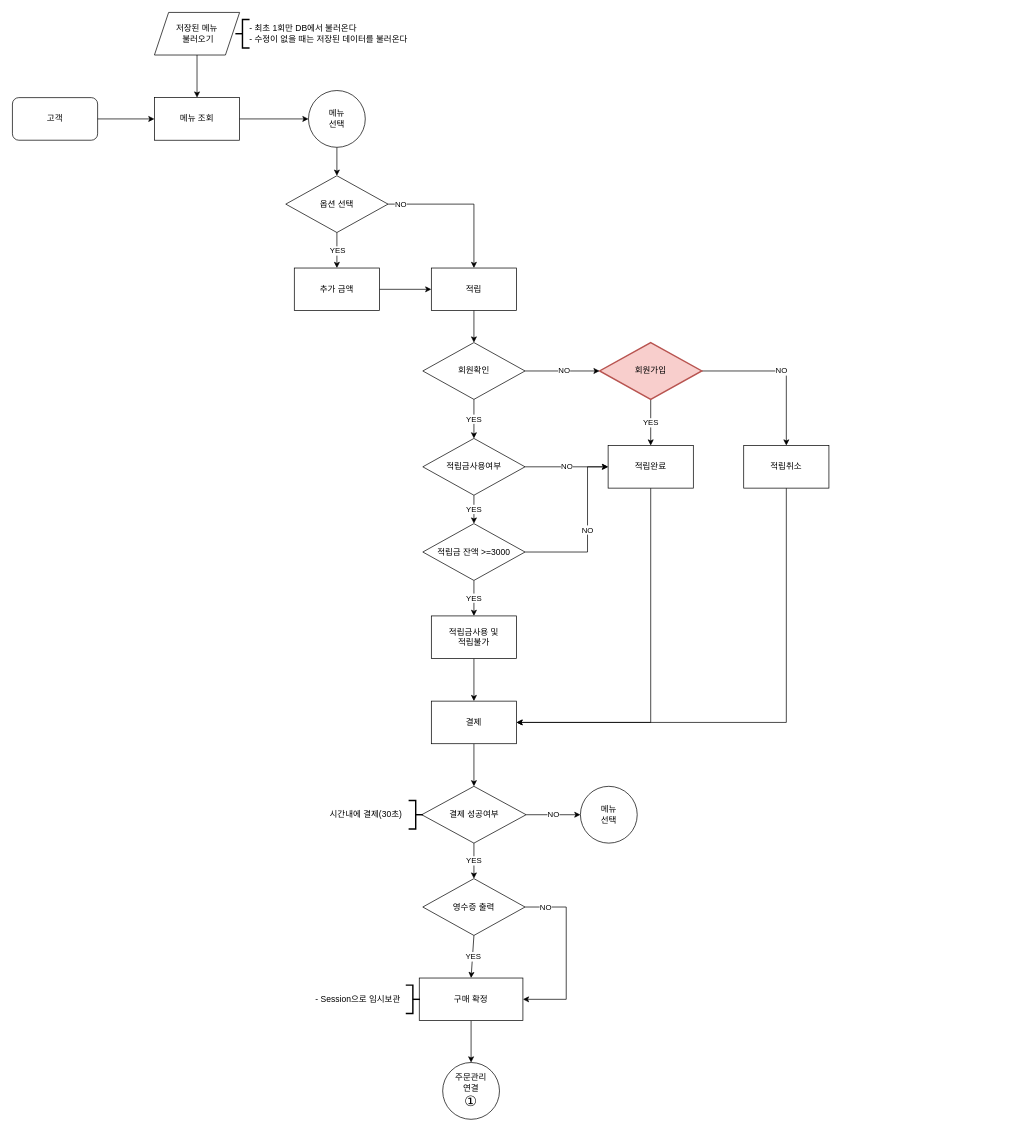
The draw.io diagram page "고객(최종)" (2 of 7) of design/kioskClass.drawio in JinSolKwon/cafeKiosk, before the edit. Source tidied: cells renumbered, new cells numbered last; positions are measured from the earlier drawing's top-left corner, leaving out a move shared by most shapes. Both pictures are drawn from the tidied source at 71%, with x=0, y=0 at pixel (12, 12).
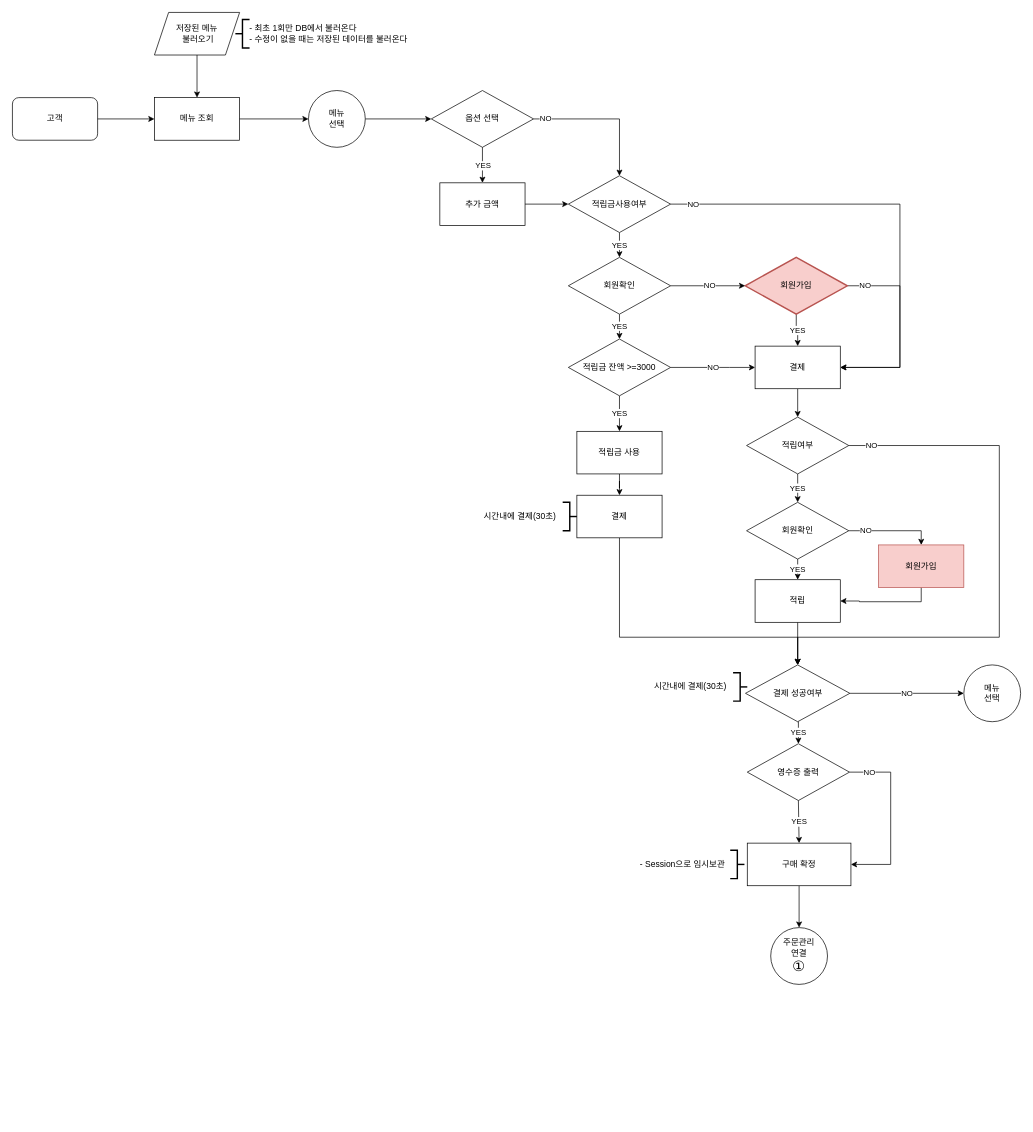
The same page after the edit.

The change refers to these unchanged cells:
```xml
<mxCell id="50" value="메뉴&lt;br&gt;선택" style="ellipse;whiteSpace=wrap;html=1;" parent="1" vertex="1">
  <mxGeometry x="417" y="110" width="80" height="80" as="geometry" />
</mxCell>
```

What changed in the source:
```diff
@@
-<mxGraphModel>
+<mxGraphModel background="#ffffff">
@@
-    <mxCell id="5" value="NO" style="edgeStyle=orthogonalEdgeStyle;rounded=0;jettySize=auto;html=1;exitX=1;exitY=0.5;exitDx=0;exitDy=0;entryX=0.5;entryY=0;entryDx=0;entryDy=0;" parent="1" edge="1" source="6" target="41">
+    <mxCell id="5" value="NO" style="edgeStyle=orthogonalEdgeStyle;rounded=0;jettySize=auto;html=1;exitX=1;exitY=0.5;exitDx=0;exitDy=0;entryX=0.5;entryY=0;entryDx=0;entryDy=0;" parent="1" edge="1" source="6" target="37">
       <mxGeometry x="-0.83" relative="1" as="geometry" />
     </mxCell>
     <mxCell id="6" value="옵션 선택" style="rhombus;whiteSpace=wrap;html=1;" parent="1" vertex="1">
-      <mxGeometry x="385" y="230" width="144" height="80" as="geometry" />
+      <mxGeometry x="590" y="110" width="144" height="80" as="geometry" />
     </mxCell>
@@
-    <mxCell id="9" style="edgeStyle=orthogonalEdgeStyle;rounded=0;jettySize=auto;html=1;exitX=1;exitY=0.5;exitDx=0;exitDy=0;entryX=0;entryY=0.5;entryDx=0;entryDy=0;" parent="1" edge="1" source="10" target="41">
+    <mxCell id="9" style="edgeStyle=orthogonalEdgeStyle;rounded=0;jettySize=auto;html=1;exitX=1;exitY=0.5;exitDx=0;exitDy=0;entryX=0;entryY=0.5;entryDx=0;entryDy=0;" parent="1" edge="1" source="10" target="37">
       <mxGeometry relative="1" as="geometry" />
     </mxCell>
     <mxCell id="10" value="추가 금액" style="rounded=0;whiteSpace=wrap;html=1;" parent="1" vertex="1">
-      <mxGeometry x="397" y="360" width="120" height="60" as="geometry" />
+      <mxGeometry x="602" y="240" width="120" height="60" as="geometry" />
     </mxCell>
-    <mxCell id="11" style="edgeStyle=orthogonalEdgeStyle;rounded=0;jettySize=auto;html=1;startSize=6;endSize=6;strokeWidth=1;" parent="1" edge="1" source="12" target="27">
-      <mxGeometry relative="1" as="geometry" />
-    </mxCell>
-    <mxCell id="12" value="결제" style="rounded=0;whiteSpace=wrap;html=1;" parent="1" vertex="1">
-      <mxGeometry x="590" y="970" width="120" height="60" as="geometry" />
-    </mxCell>
@@
-    <mxCell id="15" style="endArrow=classic;html=1;entryX=0.5;entryY=0;entryDx=0;entryDy=0;exitX=0.5;exitY=1;exitDx=0;exitDy=0;" parent="1" edge="1" source="50" target="6">
+    <mxCell id="15" style="endArrow=classic;html=1;entryX=0;entryY=0.5;entryDx=0;entryDy=0;exitX=1;exitY=0.5;exitDx=0;exitDy=0;" parent="1" edge="1" source="50" target="6">
       <mxGeometry relative="1" as="geometry" />
     </mxCell>
@@
     <mxCell id="17" value="NO" style="edgeStyle=orthogonalEdgeStyle;rounded=0;jettySize=auto;html=1;exitX=1;exitY=0.5;exitDx=0;exitDy=0;entryX=1;entryY=0.5;entryDx=0;entryDy=0;startSize=6;endSize=6;strokeWidth=1;" parent="1" edge="1" source="18" target="22">
       <mxGeometry x="-0.77" relative="1" as="geometry">
         <Array as="points">
-          <mxPoint x="780" y="1260" />
-          <mxPoint x="780" y="1390" />
+          <mxPoint x="1237" y="1070" />
+          <mxPoint x="1237" y="1200" />
         </Array>
       </mxGeometry>
     </mxCell>
     <mxCell id="18" value="영수증 출력" style="rhombus;whiteSpace=wrap;html=1;" parent="1" vertex="1">
-      <mxGeometry x="578" y="1220" width="144" height="80" as="geometry" />
+      <mxGeometry x="1035" y="1030" width="144" height="80" as="geometry" />
     </mxCell>
@@
     <mxCell id="22" value="구매 확정" style="rounded=0;whiteSpace=wrap;html=1;" parent="1" vertex="1">
-      <mxGeometry x="573" y="1360" width="146" height="60" as="geometry" />
+      <mxGeometry x="1035" y="1170" width="146" height="60" as="geometry" />
     </mxCell>
     <mxCell id="23" value="주문관리&lt;br&gt;연결&lt;br&gt;&lt;span style=&quot;font-size: 20px&quot;&gt;①&lt;/span&gt;" style="ellipse;whiteSpace=wrap;html=1;" parent="1" vertex="1">
-      <mxGeometry x="606" y="1479" width="80" height="80" as="geometry" />
+      <mxGeometry x="1068" y="1289" width="80" height="80" as="geometry" />
     </mxCell>
     <mxCell id="24" value="- Session으로 임시보관" style="text;html=1;strokeColor=none;fillColor=none;align=center;verticalAlign=middle;whiteSpace=wrap;rounded=0;fontStyle=0;" parent="1" vertex="1">
-      <mxGeometry x="420" y="1380" width="134" height="20" as="geometry" />
+      <mxGeometry x="877" y="1190" width="134" height="20" as="geometry" />
     </mxCell>
@@
     <mxCell id="26" value="NO" style="edgeStyle=orthogonalEdgeStyle;rounded=0;jettySize=auto;html=1;startSize=6;endSize=6;strokeWidth=1;" parent="1" edge="1" source="27" target="51">
-      <mxGeometry relative="1" as="geometry" />
+      <mxGeometry relative="1" as="geometry">
+        <Array as="points">
+          <mxPoint x="1380" y="959" />
+          <mxPoint x="1380" y="959" />
+        </Array>
+      </mxGeometry>
     </mxCell>
     <mxCell id="27" value="결제 성공여부" style="rhombus;whiteSpace=wrap;html=1;rounded=0;" parent="1" vertex="1">
-      <mxGeometry x="576.5" y="1090" width="147" height="80" as="geometry" />
+      <mxGeometry x="1032.5" y="919" width="147" height="80" as="geometry" />
     </mxCell>
     <mxCell id="28" style="strokeWidth=2;html=1;shape=mxgraph.flowchart.annotation_2;align=left;labelPosition=right;rotation=-180;" parent="1" vertex="1">
-      <mxGeometry x="558" y="1110" width="20" height="40" as="geometry" />
+      <mxGeometry x="1015" y="930" width="20" height="40" as="geometry" />
     </mxCell>
     <mxCell id="29" value="시간내에 결제(30초)" style="text;html=1;strokeColor=none;fillColor=none;align=center;verticalAlign=middle;whiteSpace=wrap;rounded=0;" parent="1" vertex="1">
-      <mxGeometry x="438" y="1120" width="120" height="20" as="geometry" />
+      <mxGeometry x="895" y="940" width="120" height="20" as="geometry" />
     </mxCell>
@@
     <mxCell id="32" style="strokeWidth=2;html=1;shape=mxgraph.flowchart.annotation_2;align=left;labelPosition=right;rotation=-180;" parent="1" vertex="1">
-      <mxGeometry x="554" y="1370" width="20" height="40" as="geometry" />
+      <mxGeometry x="1011" y="1180" width="20" height="40" as="geometry" />
     </mxCell>
-    <mxCell id="33" style="edgeStyle=orthogonalEdgeStyle;rounded=0;jettySize=auto;html=1;" parent="1" edge="1" source="34" target="12">
+    <mxCell id="33" style="edgeStyle=orthogonalEdgeStyle;rounded=0;jettySize=auto;html=1;entryX=0.5;entryY=0;entryDx=0;entryDy=0;" parent="1" edge="1" source="34" target="12">
       <mxGeometry relative="1" as="geometry" />
     </mxCell>
-    <mxCell id="34" value="적립금사용 및&lt;br&gt;적립불가" style="rounded=0;whiteSpace=wrap;html=1;" parent="1" vertex="1">
-      <mxGeometry x="590" y="850" width="120" height="60" as="geometry" />
+    <mxCell id="34" value="적립금 사용" style="rounded=0;whiteSpace=wrap;html=1;" parent="1" vertex="1">
+      <mxGeometry x="795" y="590" width="120" height="60" as="geometry" />
     </mxCell>
-    <mxCell id="35" value="NO" style="edgeStyle=orthogonalEdgeStyle;rounded=0;jettySize=auto;html=1;exitX=1;exitY=0.5;exitDx=0;exitDy=0;entryX=0;entryY=0.5;entryDx=0;entryDy=0;strokeWidth=1;" parent="1" edge="1" source="37" target="46">
-      <mxGeometry relative="1" as="geometry" />
-    </mxCell>
-    <mxCell id="36" value="YES" style="edgeStyle=orthogonalEdgeStyle;rounded=0;jettySize=auto;html=1;" parent="1" edge="1" source="37" target="54">
-      <mxGeometry relative="1" as="geometry" />
-    </mxCell>
-    <mxCell id="37" value="적립금사용여부" style="rhombus;whiteSpace=wrap;html=1;" parent="1" vertex="1">
-      <mxGeometry x="578" y="600" width="144" height="80" as="geometry" />
-    </mxCell>
@@
-    <mxCell id="39" value="NO" style="edgeStyle=orthogonalEdgeStyle;rounded=0;jettySize=auto;html=1;entryX=0.5;entryY=0;entryDx=0;entryDy=0;strokeWidth=1;" parent="1" edge="1" source="40" target="48">
-      <mxGeometry relative="1" as="geometry" />
+    <mxCell id="39" value="NO" style="edgeStyle=orthogonalEdgeStyle;rounded=0;jettySize=auto;html=1;strokeWidth=1;entryX=1;entryY=0.5;entryDx=0;entryDy=0;" parent="1" edge="1" source="40" target="46">
+      <mxGeometry x="-0.82" relative="1" as="geometry">
+        <Array as="points">
+          <mxPoint x="1250" y="385" />
+          <mxPoint x="1250" y="500" />
+        </Array>
+      </mxGeometry>
     </mxCell>
     <mxCell id="40" value="회원가입" style="rhombus;whiteSpace=wrap;html=1;fillColor=#f8cecc;strokeColor=#b85450;strokeWidth=2;" parent="1" vertex="1">
-      <mxGeometry x="827" y="465" width="144" height="80" as="geometry" />
+      <mxGeometry x="1032" y="345" width="144" height="80" as="geometry" />
     </mxCell>
-    <mxCell id="41" value="적립" style="rounded=0;whiteSpace=wrap;html=1;" parent="1" vertex="1">
-      <mxGeometry x="590" y="360" width="120" height="60" as="geometry" />
-    </mxCell>
-    <mxCell id="42" value="YES" style="edgeStyle=orthogonalEdgeStyle;rounded=0;jettySize=auto;html=1;strokeWidth=1;" parent="1" edge="1" source="44" target="37">
+    <mxCell id="42" value="YES" style="edgeStyle=orthogonalEdgeStyle;rounded=0;jettySize=auto;html=1;strokeWidth=1;entryX=0.5;entryY=0;entryDx=0;entryDy=0;" parent="1" edge="1" source="44" target="54">
       <mxGeometry relative="1" as="geometry" />
     </mxCell>
@@
     <mxCell id="44" value="회원확인" style="rhombus;whiteSpace=wrap;html=1;" parent="1" vertex="1">
-      <mxGeometry x="578" y="465" width="144" height="80" as="geometry" />
+      <mxGeometry x="783" y="345" width="144" height="80" as="geometry" />
     </mxCell>
-    <mxCell id="45" style="edgeStyle=orthogonalEdgeStyle;rounded=0;jettySize=auto;html=1;exitX=0.5;exitY=1;exitDx=0;exitDy=0;entryX=1;entryY=0.5;entryDx=0;entryDy=0;strokeWidth=1;" parent="1" edge="1" source="46" target="12">
-      <mxGeometry relative="1" as="geometry" />
-    </mxCell>
-    <mxCell id="46" value="적립완료" style="rounded=0;whiteSpace=wrap;html=1;" parent="1" vertex="1">
-      <mxGeometry x="839" y="610" width="120" height="60" as="geometry" />
-    </mxCell>
-    <mxCell id="47" style="edgeStyle=orthogonalEdgeStyle;rounded=0;jettySize=auto;html=1;exitX=0.5;exitY=1;exitDx=0;exitDy=0;entryX=1;entryY=0.5;entryDx=0;entryDy=0;strokeWidth=1;" parent="1" edge="1" source="48" target="12">
-      <mxGeometry relative="1" as="geometry" />
-    </mxCell>
-    <mxCell id="48" value="적립취소" style="rounded=0;whiteSpace=wrap;html=1;" parent="1" vertex="1">
-      <mxGeometry x="1030" y="610" width="120" height="60" as="geometry" />
-    </mxCell>
-    <mxCell id="49" style="edgeStyle=orthogonalEdgeStyle;rounded=0;jettySize=auto;html=1;exitX=0.5;exitY=1;exitDx=0;exitDy=0;entryX=0.5;entryY=0;entryDx=0;entryDy=0;" parent="1" edge="1" source="41" target="44">
+    <mxCell id="49" value="YES" style="edgeStyle=orthogonalEdgeStyle;rounded=0;jettySize=auto;html=1;exitX=0.5;exitY=1;exitDx=0;exitDy=0;entryX=0.5;entryY=0;entryDx=0;entryDy=0;" parent="1" edge="1" source="37" target="44">
       <mxGeometry relative="1" as="geometry" />
     </mxCell>
@@
     <mxCell id="51" value="메뉴&lt;br&gt;선택" style="ellipse;whiteSpace=wrap;html=1;" parent="1" vertex="1">
-      <mxGeometry x="800" y="1090" width="80" height="80" as="geometry" />
+      <mxGeometry x="1340" y="919" width="80" height="80" as="geometry" />
     </mxCell>
@@
     <mxCell id="53" value="NO" style="edgeStyle=orthogonalEdgeStyle;rounded=0;jettySize=auto;html=1;exitX=1;exitY=0.5;exitDx=0;exitDy=0;entryX=0;entryY=0.5;entryDx=0;entryDy=0;" parent="1" edge="1" source="54" target="46">
       <mxGeometry relative="1" as="geometry">
         <Array as="points">
-          <mxPoint x="810" y="760" />
-          <mxPoint x="810" y="640" />
+          <mxPoint x="1010" y="500" />
+          <mxPoint x="1010" y="500" />
         </Array>
       </mxGeometry>
     </mxCell>
     <mxCell id="54" value="적립금 잔액 &amp;gt;=3000" style="rhombus;whiteSpace=wrap;html=1;" parent="1" vertex="1">
-      <mxGeometry x="578" y="720" width="144" height="80" as="geometry" />
+      <mxGeometry x="783" y="460" width="144" height="80" as="geometry" />
     </mxCell>
+    <mxCell id="55" style="edgeStyle=orthogonalEdgeStyle;rounded=0;jettySize=auto;html=1;entryX=0.5;entryY=0;entryDx=0;entryDy=0;" parent="1" edge="1" source="46" target="60">
+      <mxGeometry relative="1" as="geometry" />
+    </mxCell>
+    <mxCell id="46" value="결제" style="rounded=0;whiteSpace=wrap;html=1;" parent="1" vertex="1">
+      <mxGeometry x="1046" y="470" width="120" height="60" as="geometry" />
+    </mxCell>
+    <mxCell id="35" value="NO" style="edgeStyle=orthogonalEdgeStyle;rounded=0;jettySize=auto;html=1;exitX=1;exitY=0.5;exitDx=0;exitDy=0;entryX=1;entryY=0.5;entryDx=0;entryDy=0;" parent="1" edge="1" source="37" target="46">
+      <mxGeometry x="-0.9" relative="1" as="geometry">
+        <Array as="points">
+          <mxPoint x="1250" y="270" />
+          <mxPoint x="1250" y="500" />
+        </Array>
+      </mxGeometry>
+    </mxCell>
+    <mxCell id="37" value="적립금사용여부" style="rhombus;whiteSpace=wrap;html=1;" parent="1" vertex="1">
+      <mxGeometry x="783" y="230" width="144" height="80" as="geometry" />
+    </mxCell>
+    <mxCell id="11" style="edgeStyle=orthogonalEdgeStyle;rounded=0;jettySize=auto;html=1;exitX=0.5;exitY=1;exitDx=0;exitDy=0;entryX=0.5;entryY=0;entryDx=0;entryDy=0;" parent="1" edge="1" source="12" target="27">
+      <mxGeometry relative="1" as="geometry">
+        <Array as="points">
+          <mxPoint x="855" y="880" />
+          <mxPoint x="1106" y="880" />
+        </Array>
+      </mxGeometry>
+    </mxCell>
+    <mxCell id="12" value="결제" style="rounded=0;whiteSpace=wrap;html=1;" parent="1" vertex="1">
+      <mxGeometry x="795" y="680" width="120" height="60" as="geometry" />
+    </mxCell>
+    <mxCell id="56" style="strokeWidth=2;html=1;shape=mxgraph.flowchart.annotation_2;align=left;labelPosition=right;rotation=-180;" parent="1" vertex="1">
+      <mxGeometry x="775" y="690" width="20" height="40" as="geometry" />
+    </mxCell>
+    <mxCell id="57" value="시간내에 결제(30초)" style="text;html=1;strokeColor=none;fillColor=none;align=center;verticalAlign=middle;whiteSpace=wrap;rounded=0;" parent="1" vertex="1">
+      <mxGeometry x="655" y="700" width="120" height="20" as="geometry" />
+    </mxCell>
+    <mxCell id="58" value="YES" style="edgeStyle=orthogonalEdgeStyle;rounded=0;jettySize=auto;html=1;" parent="1" edge="1" source="60" target="62">
+      <mxGeometry relative="1" as="geometry" />
+    </mxCell>
+    <mxCell id="59" value="NO" style="edgeStyle=orthogonalEdgeStyle;rounded=0;jettySize=auto;html=1;exitX=1;exitY=0.5;exitDx=0;exitDy=0;" parent="1" edge="1" source="60" target="27">
+      <mxGeometry x="-0.92" relative="1" as="geometry">
+        <Array as="points">
+          <mxPoint x="1390" y="610" />
+          <mxPoint x="1390" y="880" />
+          <mxPoint x="1106" y="880" />
+        </Array>
+      </mxGeometry>
+    </mxCell>
+    <mxCell id="60" value="적립여부" style="rhombus;whiteSpace=wrap;html=1;" parent="1" vertex="1">
+      <mxGeometry x="1034" y="570" width="144" height="80" as="geometry" />
+    </mxCell>
+    <mxCell id="61" value="YES" style="edgeStyle=orthogonalEdgeStyle;rounded=0;jettySize=auto;html=1;" parent="1" edge="1" source="62" target="41">
+      <mxGeometry relative="1" as="geometry" />
+    </mxCell>
+    <mxCell id="62" value="회원확인" style="rhombus;whiteSpace=wrap;html=1;" parent="1" vertex="1">
+      <mxGeometry x="1034" y="690" width="144" height="80" as="geometry" />
+    </mxCell>
+    <mxCell id="63" value="NO" style="edgeStyle=orthogonalEdgeStyle;rounded=0;jettySize=auto;html=1;strokeWidth=1;exitX=1;exitY=0.5;exitDx=0;exitDy=0;entryX=0.5;entryY=0;entryDx=0;entryDy=0;" parent="1" edge="1" source="62" target="65">
+      <mxGeometry x="-0.61" relative="1" as="geometry">
+        <Array as="points">
+          <mxPoint x="1280" y="730" />
+        </Array>
+      </mxGeometry>
+    </mxCell>
+    <mxCell id="64" style="edgeStyle=orthogonalEdgeStyle;rounded=0;jettySize=auto;html=1;exitX=0.5;exitY=1;exitDx=0;exitDy=0;entryX=1;entryY=0.5;entryDx=0;entryDy=0;" parent="1" edge="1" source="65" target="41">
+      <mxGeometry relative="1" as="geometry" />
+    </mxCell>
+    <mxCell id="65" value="회원가입" style="rounded=0;whiteSpace=wrap;html=1;fillColor=#f8cecc;strokeColor=#b85450;" parent="1" vertex="1">
+      <mxGeometry x="1220" y="750" width="120" height="60" as="geometry" />
+    </mxCell>
+    <mxCell id="66" style="edgeStyle=orthogonalEdgeStyle;rounded=0;jettySize=auto;html=1;" parent="1" edge="1" source="41" target="27">
+      <mxGeometry relative="1" as="geometry" />
+    </mxCell>
+    <mxCell id="41" value="적립" style="whiteSpace=wrap;html=1;" parent="1" vertex="1">
+      <mxGeometry x="1046" y="799" width="120" height="60" as="geometry" />
+    </mxCell>
+    <mxCell id="67" style="edgeStyle=orthogonalEdgeStyle;rounded=0;orthogonalLoop=1;jettySize=auto;html=1;exitX=0.5;exitY=0;exitDx=0;exitDy=0;" parent="1" edge="1">
+      <mxGeometry relative="1" as="geometry">
+        <mxPoint x="857" y="570" as="sourcePoint" />
+        <mxPoint x="857.3" y="570.3" as="targetPoint" />
+      </mxGeometry>
+    </mxCell>
```
